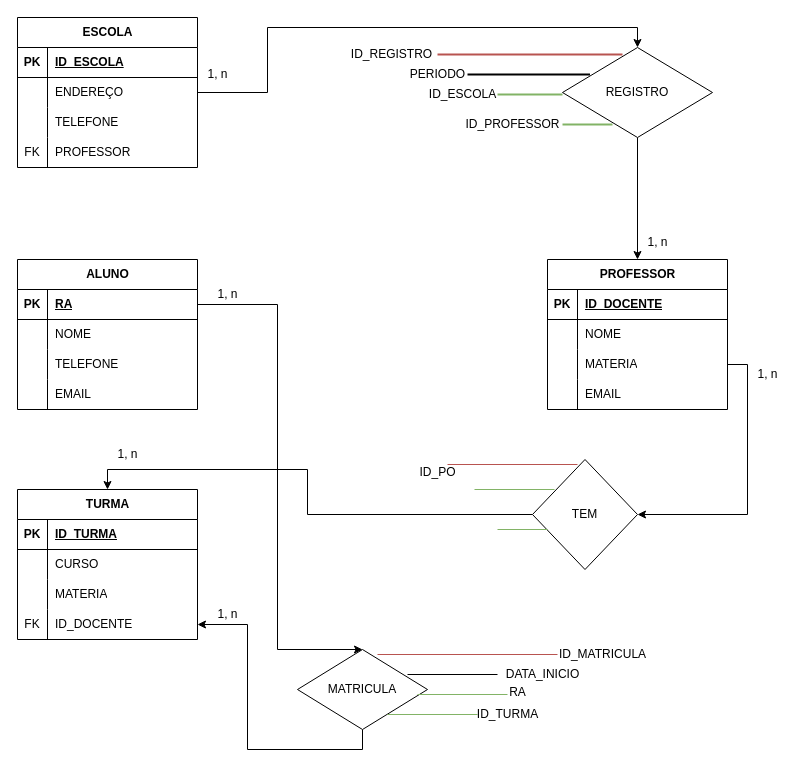
Earlier version of the draw.io diagram BD de uma escola.drawio (FirmoDev/projeto). Source tidied: cells renumbered, new cells numbered last; positions are measured from the earlier drawing's top-left corner, leaving out a move shared by most shapes. Both pictures are drawn from the tidied source at 100%, with x=0, y=0 at pixel (17, 17).
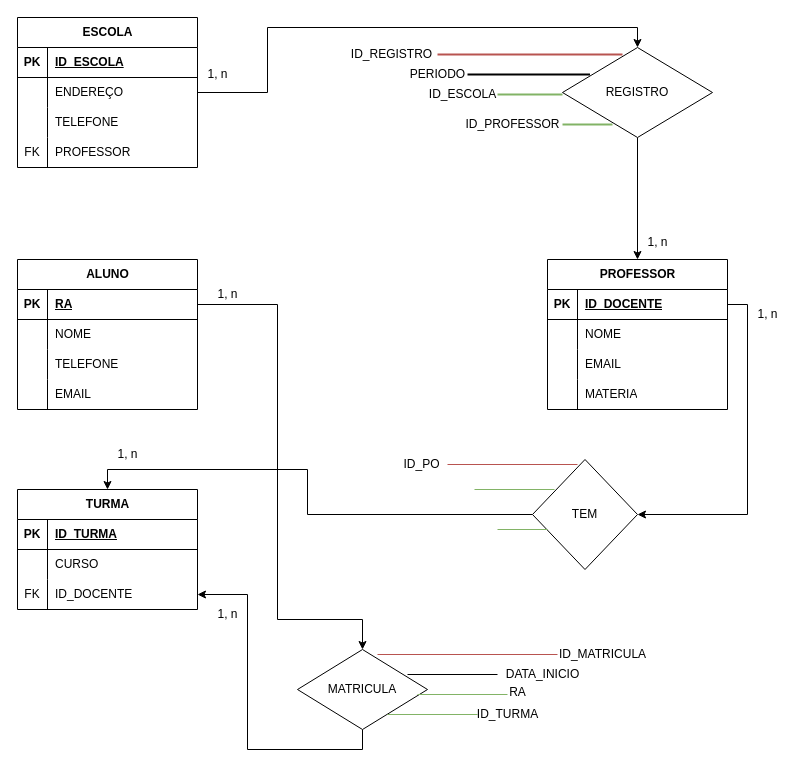
The same diagram, later.

Commit message:
EXCLUSÃO DO ATRIBUTO METERIA DA TABELA TURMA

The change refers to these unchanged cells:
```xml
<mxCell id="3" style="shape=tableRow;horizontal=0;startSize=0;swimlaneHead=0;swimlaneBody=0;fillColor=none;points=[[0,0.5],[1,0.5]];portConstraint=eastwest;top=0;left=0;right=0;bottom=1;" parent="2" vertex="1">
  <mxGeometry y="30" width="180" height="30" as="geometry" />
</mxCell>
<mxCell id="28" value="PROFESSOR" style="shape=table;startSize=30;childLayout=tableLayout;rowLines=0;fontStyle=1;align=center;html=1;" parent="1" vertex="1">
  <mxGeometry x="530" y="242" width="180" height="150" as="geometry" />
</mxCell>
<mxCell id="29" style="shape=tableRow;horizontal=0;startSize=0;swimlaneHead=0;swimlaneBody=0;fillColor=none;points=[[0,0.5],[1,0.5]];portConstraint=eastwest;top=0;left=0;right=0;bottom=1;" parent="28" vertex="1">
  <mxGeometry y="30" width="180" height="30" as="geometry" />
</mxCell>
<mxCell id="42" value="MATRICULA" style="shape=rhombus;html=1;dashed=0;whiteSpace=wrap;perimeter=rhombusPerimeter;" parent="1" vertex="1">
  <mxGeometry x="280" y="632" width="130" height="80" as="geometry" />
</mxCell>
<mxCell id="65" value="TEM" style="shape=rhombus;html=1;dashed=0;whiteSpace=wrap;perimeter=rhombusPerimeter;" parent="1" vertex="1">
  <mxGeometry x="515" y="442" width="105" height="110" as="geometry" />
</mxCell>
```

What changed in the source:
```diff
@@
-    <mxCell id="35" style="shape=tableRow;horizontal=0;startSize=0;swimlaneHead=0;swimlaneBody=0;fillColor=none;points=[[0,0.5],[1,0.5]];portConstraint=eastwest;top=0;left=0;right=0;bottom=0;" parent="28" vertex="1">
-      <mxGeometry y="90" width="180" height="30" as="geometry" />
-    </mxCell>
-    <mxCell id="36" style="shape=partialRectangle;fillColor=none;top=0;left=0;bottom=0;right=0;overflow=hidden;whiteSpace=wrap;html=1;" parent="35" vertex="1">
-      <mxGeometry width="30" height="30" as="geometry" />
-    </mxCell>
-    <mxCell id="37" value="MATERIA" style="shape=partialRectangle;fillColor=none;top=0;left=0;bottom=0;right=0;align=left;spacingLeft=6;overflow=hidden;whiteSpace=wrap;html=1;" parent="35" vertex="1">
-      <mxGeometry x="30" width="150" height="30" as="geometry" />
-    </mxCell>
     <mxCell id="38" style="shape=tableRow;horizontal=0;startSize=0;swimlaneHead=0;swimlaneBody=0;fillColor=none;top=0;left=0;right=0;bottom=0;" parent="28" vertex="1">
-      <mxGeometry y="120" width="180" height="30" as="geometry" />
+      <mxGeometry y="90" width="180" height="30" as="geometry" />
     </mxCell>
@@
+    <mxCell id="89" style="shape=tableRow;horizontal=0;startSize=0;swimlaneHead=0;swimlaneBody=0;fillColor=none;top=0;left=0;right=0;bottom=0;" parent="28" vertex="1">
+      <mxGeometry y="120" width="180" height="30" as="geometry" />
+    </mxCell>
+    <mxCell id="90" style="shape=partialRectangle;fillColor=none;top=0;left=0;bottom=0;right=0;overflow=hidden;whiteSpace=wrap;html=1;" parent="89" vertex="1">
+      <mxGeometry width="30" height="30" as="geometry" />
+    </mxCell>
+    <mxCell id="91" value="MATERIA" style="shape=partialRectangle;fillColor=none;top=0;left=0;bottom=0;right=0;align=left;spacingLeft=6;overflow=hidden;whiteSpace=wrap;html=1;" parent="89" vertex="1">
+      <mxGeometry x="30" width="150" height="30" as="geometry" />
+    </mxCell>
@@
     <mxCell id="43" value="TURMA" style="shape=table;startSize=30;childLayout=tableLayout;rowLines=0;fontStyle=1;align=center;html=1;" parent="1" vertex="1">
-      <mxGeometry y="472" width="180" height="150" as="geometry" />
+      <mxGeometry y="472" width="180" height="120" as="geometry" />
     </mxCell>
@@
-    <mxCell id="50" style="shape=tableRow;horizontal=0;startSize=0;swimlaneHead=0;swimlaneBody=0;fillColor=none;top=0;left=0;right=0;bottom=0;" parent="43" vertex="1">
-      <mxGeometry y="90" width="180" height="30" as="geometry" />
-    </mxCell>
-    <mxCell id="51" style="shape=partialRectangle;fillColor=none;top=0;left=0;bottom=0;right=0;overflow=hidden;whiteSpace=wrap;html=1;" parent="50" vertex="1">
-      <mxGeometry width="30" height="30" as="geometry" />
-    </mxCell>
-    <mxCell id="52" value="MATERIA" style="shape=partialRectangle;fillColor=none;top=0;left=0;bottom=0;right=0;align=left;spacingLeft=6;overflow=hidden;whiteSpace=wrap;html=1;" parent="50" vertex="1">
-      <mxGeometry x="30" width="150" height="30" as="geometry" />
-    </mxCell>
     <mxCell id="53" style="shape=tableRow;horizontal=0;startSize=0;swimlaneHead=0;swimlaneBody=0;fillColor=none;points=[[0,0.5],[1,0.5]];portConstraint=eastwest;top=0;left=0;right=0;bottom=0;" parent="43" vertex="1">
-      <mxGeometry y="120" width="180" height="30" as="geometry" />
+      <mxGeometry y="90" width="180" height="30" as="geometry" />
     </mxCell>
@@
     <mxCell id="56" style="edgeStyle=orthogonalEdgeStyle;rounded=0;jettySize=auto;html=1;exitX=1;exitY=0.5;exitDx=0;exitDy=0;entryX=0.5;entryY=0;entryDx=0;entryDy=0;" parent="1" edge="1" source="3" target="42">
       <mxGeometry relative="1" as="geometry">
         <Array as="points">
           <mxPoint x="260" y="287" />
-          <mxPoint x="260" y="632" />
+          <mxPoint x="260" y="602" />
+          <mxPoint x="345" y="602" />
         </Array>
       </mxGeometry>
     </mxCell>
@@
     <mxCell id="66" value="1, n" style="text;html=1;align=center;verticalAlign=middle;strokeColor=none;fillColor=none;" parent="1" vertex="1">
-      <mxGeometry x="730" y="342" width="40" height="30" as="geometry" />
+      <mxGeometry x="730" y="282" width="40" height="30" as="geometry" />
     </mxCell>
-    <mxCell id="67" style="edgeStyle=orthogonalEdgeStyle;rounded=0;jettySize=auto;html=1;exitX=1;exitY=0.5;exitDx=0;exitDy=0;entryX=1;entryY=0.5;entryDx=0;entryDy=0;" parent="1" edge="1" source="35" target="65">
-      <mxGeometry relative="1" as="geometry" />
-    </mxCell>
@@
     <mxCell id="88" value="ID_PO" style="text;html=1;align=center;verticalAlign=middle;strokeColor=none;fillColor=none;" parent="1" vertex="1">
-      <mxGeometry x="390" y="440" width="60" height="30" as="geometry" />
+      <mxGeometry x="374" y="432" width="60" height="30" as="geometry" />
     </mxCell>
+    <mxCell id="92" style="edgeStyle=orthogonalEdgeStyle;rounded=0;jettySize=auto;html=1;exitX=1;exitY=0.5;exitDx=0;exitDy=0;entryX=1;entryY=0.5;entryDx=0;entryDy=0;" parent="1" edge="1" source="29" target="65">
+      <mxGeometry relative="1" as="geometry" />
+    </mxCell>
```
